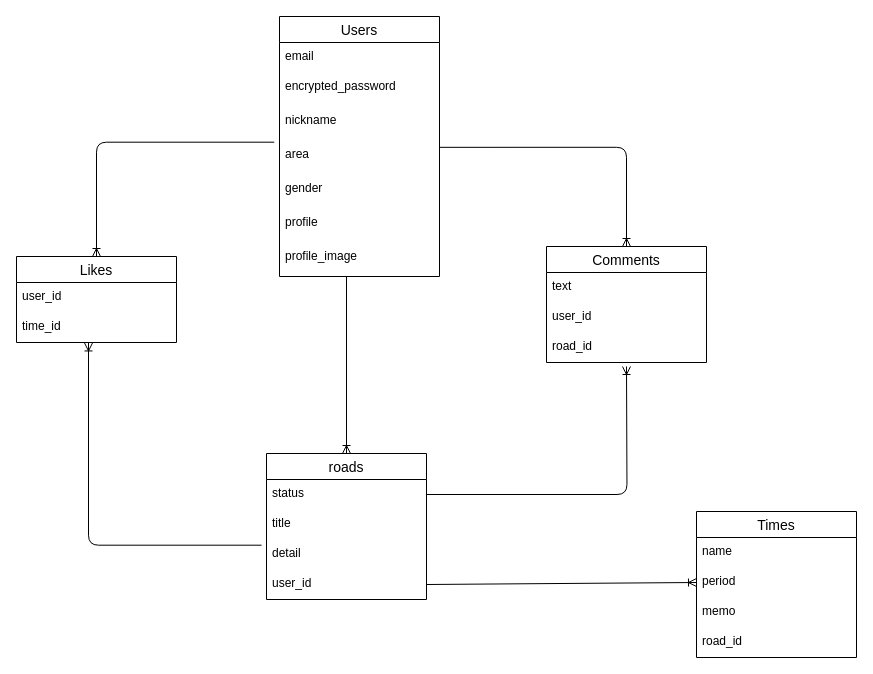
Before: er.dio in hiroto0308/road, a draw.io diagram. Source tidied: cells renumbered, new cells numbered last; positions are measured from the earlier drawing's top-left corner, leaving out a move shared by most shapes. Both pictures are drawn from the tidied source at 100%, with x=0, y=0 at pixel (16, 16).
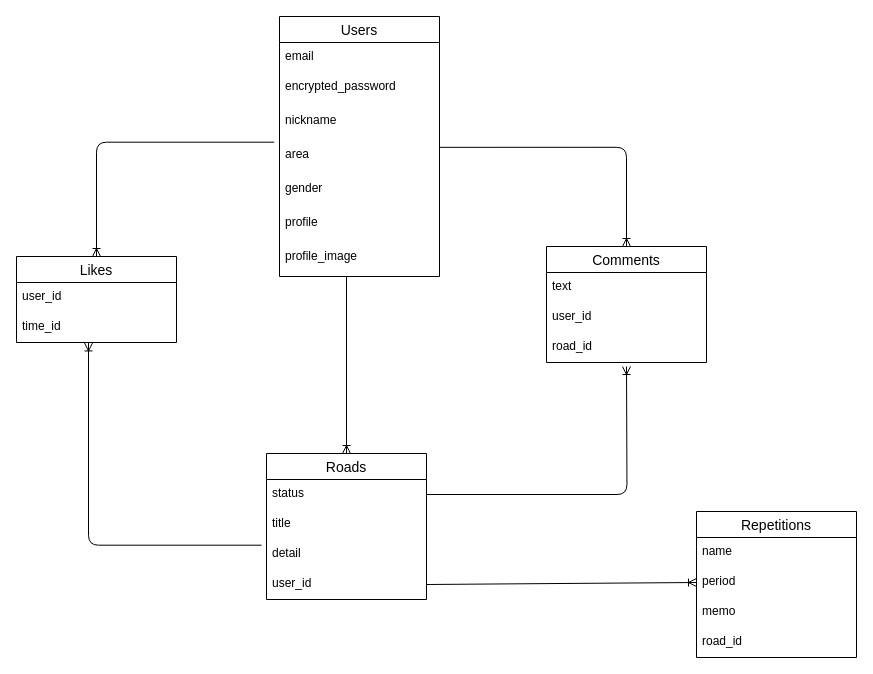
After the change.

What changed in the source:
```diff
@@
-    <mxCell id="10" value="Times" style="swimlane;fontStyle=0;horizontal=1;startSize=26;align=center;fontSize=14;" parent="1" vertex="1">
+    <mxCell id="10" value="Repetitions" style="swimlane;fontStyle=0;horizontal=1;startSize=26;align=center;fontSize=14;" parent="1" vertex="1">
       <mxGeometry x="680" y="495" width="160" height="146" as="geometry" />
     </mxCell>
@@
-    <mxCell id="21" value="roads" style="swimlane;fontStyle=0;horizontal=1;startSize=26;align=center;fontSize=14;" parent="1" vertex="1">
+    <mxCell id="21" value="Roads" style="swimlane;fontStyle=0;horizontal=1;startSize=26;align=center;fontSize=14;" parent="1" vertex="1">
       <mxGeometry x="250" y="437" width="160" height="146" as="geometry" />
     </mxCell>
```
